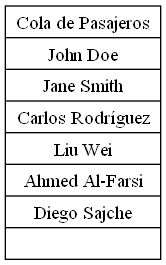
sajche12/201904490_EDD_Practica keeps this Graphviz diagram as cola_pasajeros.png. Above is the earlier version. Its source is kept beside it as cola_pasajeros.dot.
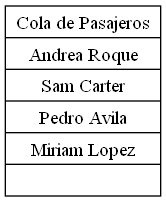
Later version of the same file.

Change to the diagram source:
```diff
@@ -1,4 +1,4 @@
 digraph ColaPasajeros {
     node [shape=record];
-    cola [label="{Cola de Pasajeros | <0> John Doe | <1> Jane Smith | <2> Carlos Rodríguez | <3> Liu Wei | <4> Ahmed Al-Farsi | <5> Diego Sajche | }"];
+    cola [label="{Cola de Pasajeros | <0> Andrea Roque | <1> Sam Carter | <2> Pedro Avila | <3> Miriam Lopez | }"];
 }
```
